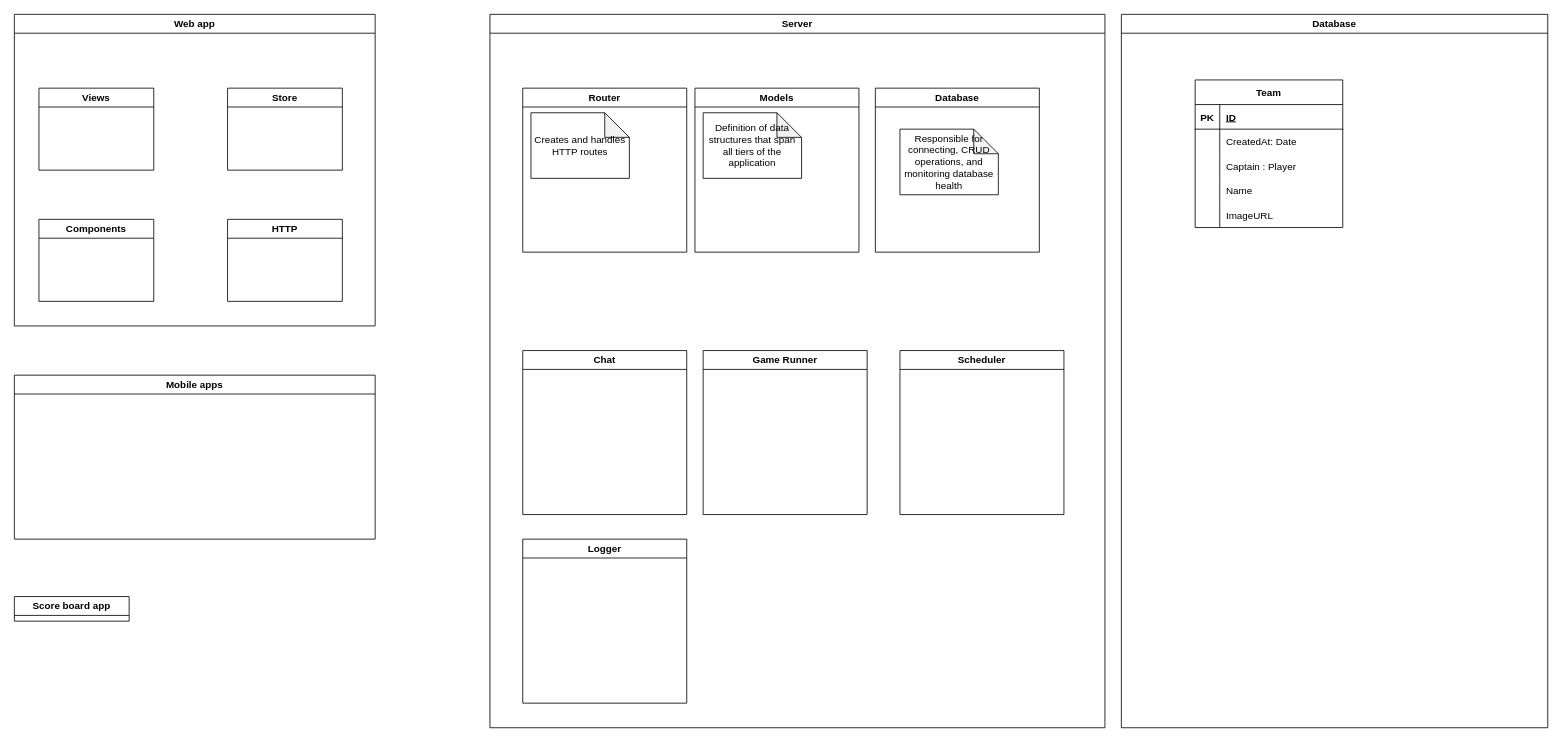
Before: design/architecture.drawio in jak103/powerplay, a draw.io diagram. Source tidied: cells renumbered, new cells numbered last; positions are measured from the earlier drawing's top-left corner, leaving out a move shared by most shapes. Both pictures are drawn from the tidied source at 82%, with x=0, y=0 at pixel (14, 14).
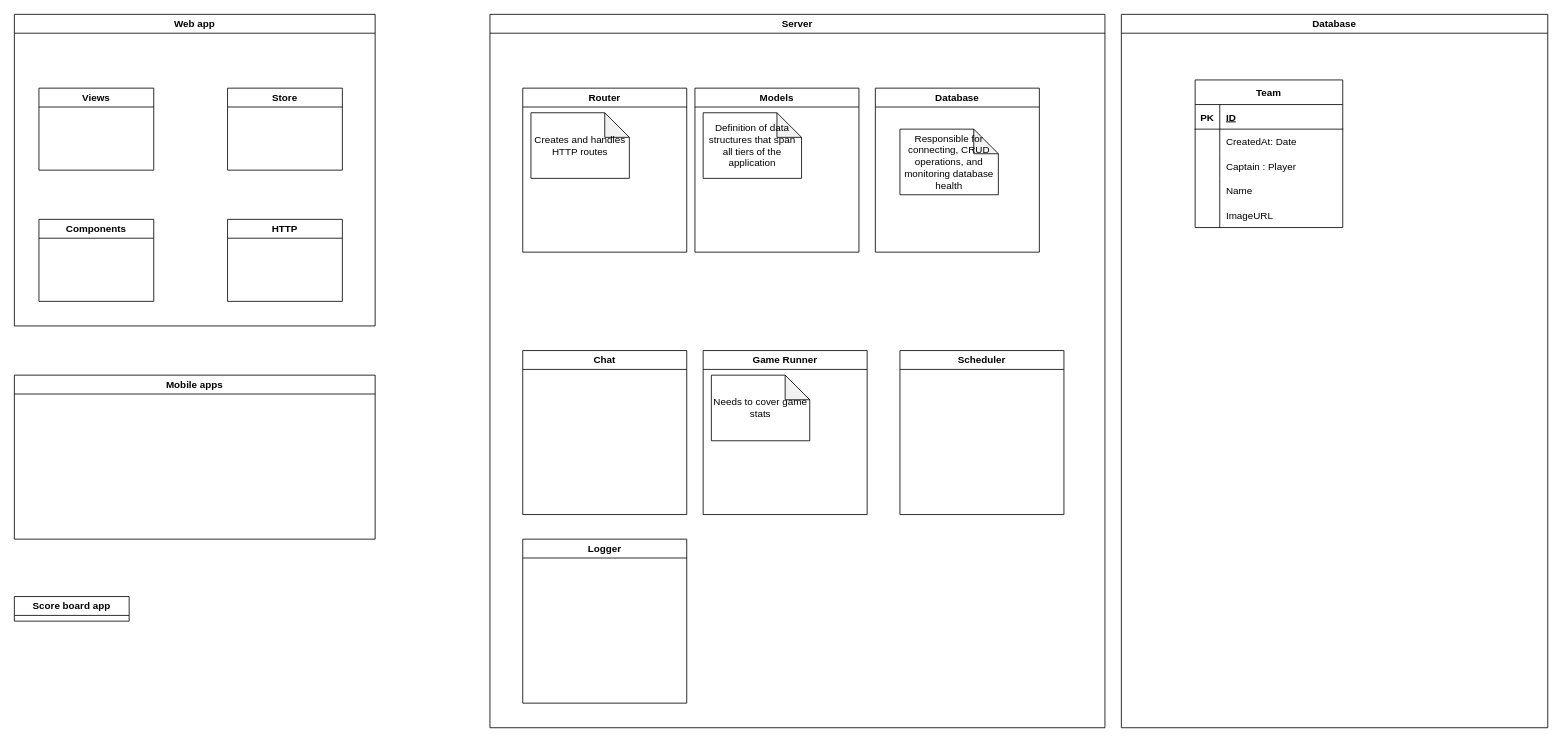
The same page after the edit.

Unchanged cells that the change refers to:
```xml
<mxCell id="17" value="Game Runner" style="swimlane;whiteSpace=wrap;html=1;" parent="9" vertex="1">
  <mxGeometry x="260" y="410" width="200" height="200" as="geometry" />
</mxCell>
```

What changed in the source:
```diff
@@
+    <mxCell id="37" value="Needs to cover game stats" style="shape=note;whiteSpace=wrap;html=1;backgroundOutline=1;darkOpacity=0.05;" parent="17" vertex="1">
+      <mxGeometry x="10" y="30" width="120" height="80" as="geometry" />
+    </mxCell>
```
